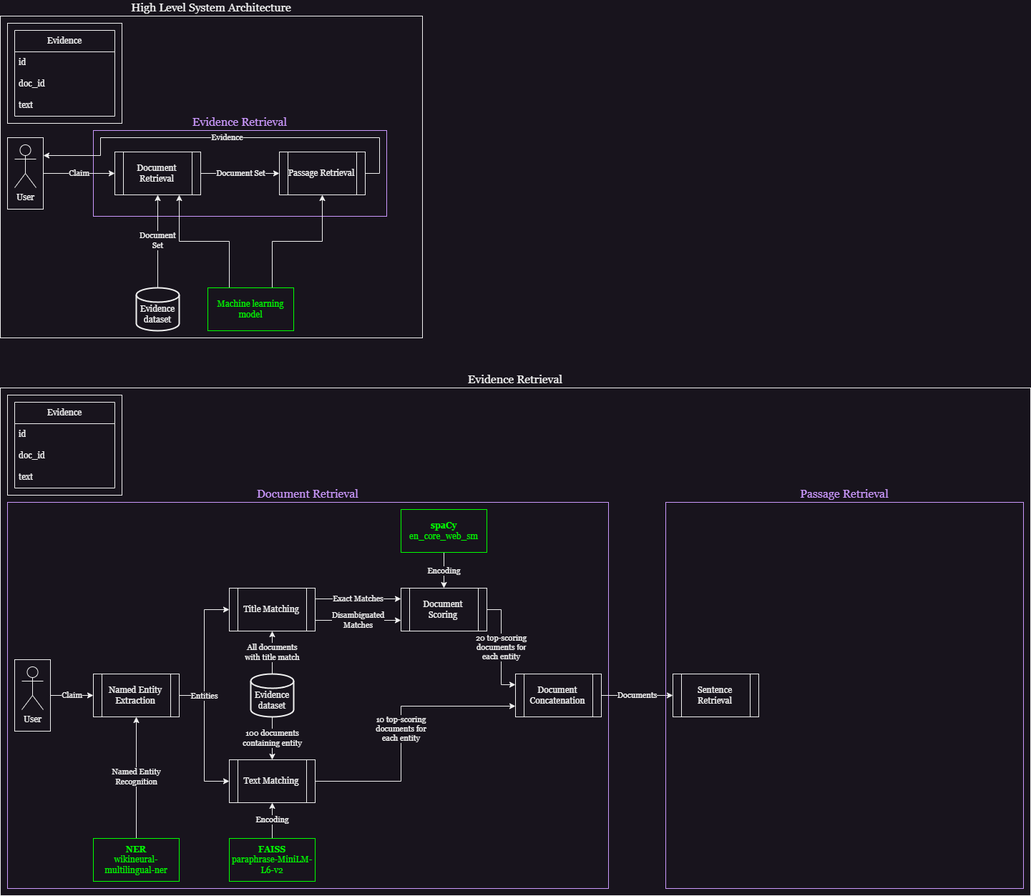
The draw.io diagram doc/architecture_diagram.png in theobaur13/ESOTERIC, before a commit. Source tidied: cells renumbered, new cells last; positions are measured from the earlier drawing's top-left corner, leaving out a move shared by most shapes.
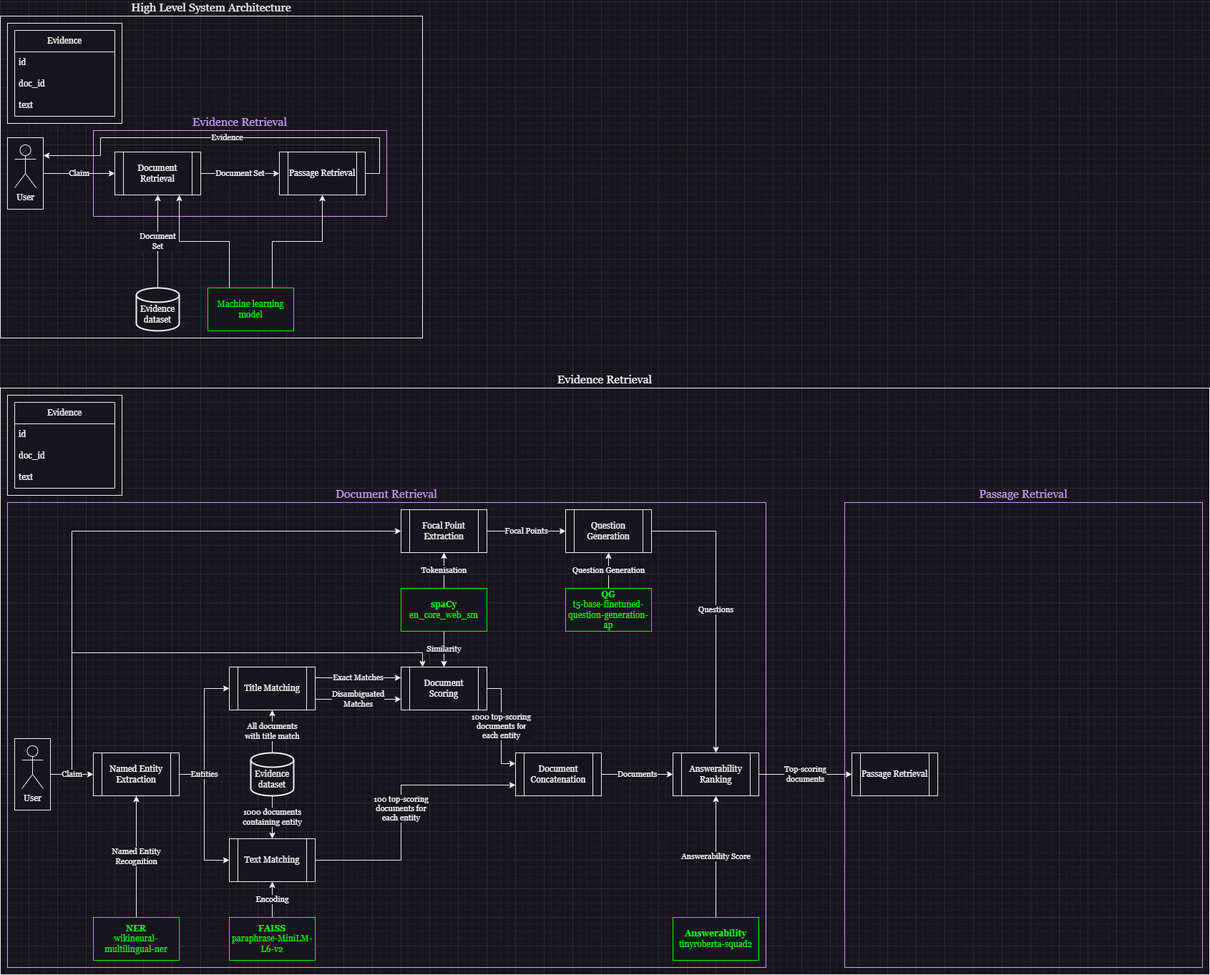
After the commit.

The edit, as a diff of the source:
```diff
@@ -9,10 +9,10 @@
       <mxGeometry x="130" y="160" width="410" height="120" as="geometry" />
     </mxCell>
     <mxCell id="4" value="&lt;font style=&quot;font-size: 16px;&quot; face=&quot;Georgia&quot;&gt;Evidence&amp;nbsp;Retrieval&lt;/font&gt;" style="rounded=0;whiteSpace=wrap;html=1;fillColor=none;labelPosition=center;verticalLabelPosition=top;align=center;verticalAlign=bottom;" parent="1" vertex="1">
-      <mxGeometry y="520" width="1440" height="710" as="geometry" />
+      <mxGeometry y="520" width="1690" height="820" as="geometry" />
     </mxCell>
     <mxCell id="5" value="&lt;font style=&quot;font-size: 16px;&quot; face=&quot;Georgia&quot;&gt;Document Retrieval&lt;/font&gt;" style="rounded=0;whiteSpace=wrap;html=1;fillColor=none;labelPosition=center;verticalLabelPosition=top;align=center;verticalAlign=bottom;strokeColor=#CC99FF;fontColor=#CC99FF;" parent="1" vertex="1">
-      <mxGeometry x="10" y="680" width="840" height="540" as="geometry" />
+      <mxGeometry x="10" y="680" width="1060" height="650" as="geometry" />
     </mxCell>
     <mxCell id="6" style="rounded=0;whiteSpace=wrap;html=1;fillColor=default;" parent="1" vertex="1">
       <mxGeometry x="10" y="10" width="160" height="140" as="geometry" />
@@ -91,7 +91,7 @@
       <mxGeometry y="90" width="140" height="30" as="geometry" />
     </mxCell>
     <mxCell id="29" style="group;" parent="1" vertex="1">
-      <mxGeometry x="20" y="900" width="50" height="100" as="geometry" />
+      <mxGeometry x="20" y="1010" width="50" height="100" as="geometry" />
     </mxCell>
     <mxCell id="30" style="rounded=0;whiteSpace=wrap;html=1;" parent="29" vertex="1">
       <mxGeometry width="50" height="100" as="geometry" />
@@ -106,17 +106,14 @@
       <mxGeometry x="-0.63" relative="1" as="geometry" />
     </mxCell>
     <mxCell id="34" value="&lt;font face=&quot;Georgia&quot;&gt;Named Entity Extraction&lt;/font&gt;" style="shape=process;whiteSpace=wrap;html=1;backgroundOutline=1;" parent="1" vertex="1">
-      <mxGeometry x="130" y="920" width="120" height="60" as="geometry" />
+      <mxGeometry x="130" y="1030" width="120" height="60" as="geometry" />
     </mxCell>
     <mxCell id="35" value="&lt;font face=&quot;Georgia&quot;&gt;Named Entity&lt;br&gt;Recognition&lt;/font&gt;" style="edgeStyle=orthogonalEdgeStyle;rounded=0;jettySize=auto;html=1;exitX=0.5;exitY=0;exitDx=0;exitDy=0;entryX=0.5;entryY=1;entryDx=0;entryDy=0;" parent="1" edge="1" source="36" target="34">
       <mxGeometry relative="1" as="geometry" />
     </mxCell>
     <mxCell id="36" value="&lt;font face=&quot;Georgia&quot;&gt;&lt;b&gt;NER&lt;/b&gt;&lt;br&gt;wikineural-multilingual-ner&lt;br&gt;&lt;/font&gt;" style="rounded=0;whiteSpace=wrap;html=1;strokeColor=#00FF00;fontColor=#00FF00;" parent="1" vertex="1">
-      <mxGeometry x="130" y="1150" width="120" height="60" as="geometry" />
+      <mxGeometry x="130" y="1260" width="120" height="60" as="geometry" />
     </mxCell>
-    <mxCell id="37" value="&lt;font face=&quot;Georgia&quot;&gt;Claim&lt;/font&gt;" style="edgeStyle=orthogonalEdgeStyle;rounded=0;jettySize=auto;html=1;exitX=1;exitY=0.5;exitDx=0;exitDy=0;entryX=0;entryY=0.5;entryDx=0;entryDy=0;" parent="1" edge="1" source="30" target="34">
-      <mxGeometry relative="1" as="geometry" />
-    </mxCell>
     <mxCell id="38" value="&lt;font face=&quot;Georgia&quot;&gt;Exact Matches&lt;/font&gt;" style="edgeStyle=orthogonalEdgeStyle;rounded=0;jettySize=auto;html=1;exitX=1;exitY=0.25;exitDx=0;exitDy=0;entryX=0;entryY=0.25;entryDx=0;entryDy=0;" parent="1" edge="1" source="40" target="49">
       <mxGeometry relative="1" as="geometry" />
     </mxCell>
@@ -124,57 +121,110 @@
       <mxGeometry relative="1" as="geometry" />
     </mxCell>
     <mxCell id="40" value="&lt;font face=&quot;Georgia&quot;&gt;Title Matching&lt;/font&gt;" style="shape=process;whiteSpace=wrap;html=1;backgroundOutline=1;" parent="1" vertex="1">
-      <mxGeometry x="320" y="800" width="120" height="60" as="geometry" />
+      <mxGeometry x="320" y="910" width="120" height="60" as="geometry" />
     </mxCell>
-    <mxCell id="41" value="&lt;font face=&quot;Georgia&quot;&gt;10 top-scoring&lt;br&gt;documents for&lt;br&gt;each entity&lt;br&gt;&lt;/font&gt;" style="edgeStyle=orthogonalEdgeStyle;rounded=0;jettySize=auto;html=1;exitX=1;exitY=0.5;exitDx=0;exitDy=0;entryX=0;entryY=0.75;entryDx=0;entryDy=0;" parent="1" edge="1" source="42" target="51">
+    <mxCell id="41" value="&lt;font face=&quot;Georgia&quot;&gt;100 top-scoring&lt;br&gt;documents for&lt;br&gt;each entity&lt;br&gt;&lt;/font&gt;" style="edgeStyle=orthogonalEdgeStyle;rounded=0;jettySize=auto;html=1;exitX=1;exitY=0.5;exitDx=0;exitDy=0;entryX=0;entryY=0.75;entryDx=0;entryDy=0;" parent="1" edge="1" source="42" target="51">
       <mxGeometry relative="1" as="geometry">
         <Array as="points">
-          <mxPoint x="560" y="1070" />
-          <mxPoint x="560" y="965" />
+          <mxPoint x="560" y="1180" />
+          <mxPoint x="560" y="1075" />
         </Array>
       </mxGeometry>
     </mxCell>
     <mxCell id="42" value="&lt;font face=&quot;Georgia&quot;&gt;Text Matching&lt;/font&gt;" style="shape=process;whiteSpace=wrap;html=1;backgroundOutline=1;" parent="1" vertex="1">
-      <mxGeometry x="320" y="1040" width="120" height="60" as="geometry" />
+      <mxGeometry x="320" y="1150" width="120" height="60" as="geometry" />
     </mxCell>
     <mxCell id="43" value="All documents&lt;br&gt;with title match" style="edgeStyle=orthogonalEdgeStyle;rounded=0;jettySize=auto;html=1;exitX=0.5;exitY=0;exitDx=0;exitDy=0;exitPerimeter=0;entryX=0.5;entryY=1;entryDx=0;entryDy=0;fontFamily=Georgia;" parent="1" edge="1" source="45" target="40">
       <mxGeometry relative="1" as="geometry" />
     </mxCell>
-    <mxCell id="44" value="&lt;font face=&quot;Georgia&quot;&gt;100 documents&lt;br&gt;containing entity&lt;br&gt;&lt;/font&gt;" style="edgeStyle=orthogonalEdgeStyle;rounded=0;jettySize=auto;html=1;exitX=0.5;exitY=1;exitDx=0;exitDy=0;exitPerimeter=0;entryX=0.5;entryY=0;entryDx=0;entryDy=0;" parent="1" edge="1" source="45" target="42">
+    <mxCell id="44" value="&lt;font face=&quot;Georgia&quot;&gt;1000 documents&lt;br&gt;containing entity&lt;br&gt;&lt;/font&gt;" style="edgeStyle=orthogonalEdgeStyle;rounded=0;jettySize=auto;html=1;exitX=0.5;exitY=1;exitDx=0;exitDy=0;exitPerimeter=0;entryX=0.5;entryY=0;entryDx=0;entryDy=0;" parent="1" edge="1" source="45" target="42">
       <mxGeometry relative="1" as="geometry" />
     </mxCell>
     <mxCell id="45" value="&lt;font face=&quot;Georgia&quot;&gt;&lt;br&gt;Evidence dataset&lt;/font&gt;" style="strokeWidth=2;html=1;shape=mxgraph.flowchart.database;whiteSpace=wrap;verticalAlign=middle;" parent="1" vertex="1">
-      <mxGeometry x="350" y="920" width="60" height="60" as="geometry" />
+      <mxGeometry x="350" y="1030" width="60" height="60" as="geometry" />
     </mxCell>
     <mxCell id="46" value="Encoding" style="edgeStyle=orthogonalEdgeStyle;rounded=0;jettySize=auto;html=1;exitX=0.5;exitY=0;exitDx=0;exitDy=0;entryX=0.5;entryY=1;entryDx=0;entryDy=0;fontFamily=Georgia;" parent="1" edge="1" source="47" target="42">
       <mxGeometry relative="1" as="geometry" />
     </mxCell>
     <mxCell id="47" value="&lt;font face=&quot;Georgia&quot;&gt;&lt;b&gt;FAISS&lt;br&gt;&lt;/b&gt;paraphrase-MiniLM-L6-v2&lt;/font&gt;" style="rounded=0;whiteSpace=wrap;html=1;fontColor=#00FF00;strokeColor=#00FF00;" parent="1" vertex="1">
-      <mxGeometry x="320" y="1150" width="120" height="60" as="geometry" />
+      <mxGeometry x="320" y="1260" width="120" height="60" as="geometry" />
     </mxCell>
-    <mxCell id="48" value="&lt;font face=&quot;Georgia&quot;&gt;20 top-scoring&lt;br&gt;documents&amp;nbsp;&lt;/font&gt;for&lt;br style=&quot;font-family: Georgia;&quot;&gt;&lt;span style=&quot;font-family: Georgia;&quot;&gt;each entity&lt;/span&gt;" style="edgeStyle=orthogonalEdgeStyle;rounded=0;jettySize=auto;html=1;exitX=1;exitY=0.5;exitDx=0;exitDy=0;entryX=0;entryY=0.25;entryDx=0;entryDy=0;" parent="1" edge="1" source="49" target="51">
+    <mxCell id="48" value="&lt;font face=&quot;Georgia&quot;&gt;1000 top-scoring&lt;br&gt;documents&amp;nbsp;&lt;/font&gt;for&lt;br style=&quot;font-family: Georgia;&quot;&gt;&lt;span style=&quot;font-family: Georgia;&quot;&gt;each entity&lt;/span&gt;" style="edgeStyle=orthogonalEdgeStyle;rounded=0;jettySize=auto;html=1;exitX=1;exitY=0.5;exitDx=0;exitDy=0;entryX=0;entryY=0.25;entryDx=0;entryDy=0;" parent="1" edge="1" source="49" target="51">
       <mxGeometry relative="1" as="geometry" />
     </mxCell>
     <mxCell id="49" value="&lt;font face=&quot;Georgia&quot;&gt;Document Scoring&lt;/font&gt;" style="shape=process;whiteSpace=wrap;html=1;backgroundOutline=1;" parent="1" vertex="1">
-      <mxGeometry x="560" y="800" width="120" height="60" as="geometry" />
+      <mxGeometry x="560" y="910" width="120" height="60" as="geometry" />
     </mxCell>
     <mxCell id="50" value="&lt;font face=&quot;Georgia&quot;&gt;Documents&lt;/font&gt;" style="edgeStyle=orthogonalEdgeStyle;rounded=0;jettySize=auto;html=1;exitX=1;exitY=0.5;exitDx=0;exitDy=0;entryX=0;entryY=0.5;entryDx=0;entryDy=0;" parent="1" edge="1" source="51" target="55">
       <mxGeometry relative="1" as="geometry" />
     </mxCell>
     <mxCell id="51" value="&lt;font face=&quot;Georgia&quot;&gt;Document Concatenation&lt;/font&gt;" style="shape=process;whiteSpace=wrap;html=1;backgroundOutline=1;" parent="1" vertex="1">
-      <mxGeometry x="720" y="920" width="120" height="60" as="geometry" />
+      <mxGeometry x="720" y="1030" width="120" height="60" as="geometry" />
     </mxCell>
-    <mxCell id="52" value="&lt;font face=&quot;Georgia&quot;&gt;Encoding&lt;/font&gt;" style="edgeStyle=orthogonalEdgeStyle;rounded=0;jettySize=auto;html=1;exitX=0.5;exitY=1;exitDx=0;exitDy=0;entryX=0.5;entryY=0;entryDx=0;entryDy=0;" parent="1" edge="1" source="53" target="49">
-      <mxGeometry relative="1" as="geometry" />
+    <mxCell id="52" value="&lt;font face=&quot;Georgia&quot;&gt;Similarity&lt;/font&gt;" style="edgeStyle=orthogonalEdgeStyle;rounded=0;jettySize=auto;html=1;exitX=0.5;exitY=1;exitDx=0;exitDy=0;entryX=0.5;entryY=0;entryDx=0;entryDy=0;" parent="1" edge="1" source="53" target="49">
+      <mxGeometry x="-0.01" relative="1" as="geometry" />
     </mxCell>
+    <mxCell id="56" value="&lt;font face=&quot;Georgia&quot;&gt;Tokenisation&lt;/font&gt;" style="edgeStyle=orthogonalEdgeStyle;rounded=0;jettySize=auto;html=1;exitX=0.5;exitY=0;exitDx=0;exitDy=0;entryX=0.5;entryY=1;entryDx=0;entryDy=0;" parent="1" edge="1" source="53" target="61">
+      <mxGeometry relative="1" as="geometry" />
+    </mxCell>
     <mxCell id="53" value="&lt;font face=&quot;Georgia&quot;&gt;&lt;b&gt;spaCy&lt;/b&gt;&lt;br&gt;en_core_web_sm&lt;/font&gt;" style="rounded=0;whiteSpace=wrap;html=1;strokeColor=#00FF00;fontColor=#00FF00;" parent="1" vertex="1">
-      <mxGeometry x="560" y="690" width="120" height="60" as="geometry" />
+      <mxGeometry x="560" y="800" width="120" height="60" as="geometry" />
     </mxCell>
     <mxCell id="54" value="&lt;font style=&quot;font-size: 16px;&quot; face=&quot;Georgia&quot;&gt;Passage Retrieval&lt;/font&gt;" style="rounded=0;whiteSpace=wrap;html=1;fillColor=none;labelPosition=center;verticalLabelPosition=top;align=center;verticalAlign=bottom;strokeColor=#CC99FF;fontColor=#CC99FF;" parent="1" vertex="1">
-      <mxGeometry x="930" y="680" width="500" height="540" as="geometry" />
+      <mxGeometry x="1180" y="680" width="500" height="650" as="geometry" />
     </mxCell>
+    <mxCell id="57" value="Top-scoring&lt;br&gt;documents" style="edgeStyle=orthogonalEdgeStyle;rounded=0;jettySize=auto;html=1;exitX=1;exitY=0.5;exitDx=0;exitDy=0;entryX=0;entryY=0.5;entryDx=0;entryDy=0;fontFamily=Georgia;" parent="1" edge="1" source="55" target="68">
+      <mxGeometry relative="1" as="geometry" />
+    </mxCell>
-    <mxCell id="55" value="&lt;font face=&quot;Georgia&quot;&gt;Sentence Retrieval&lt;/font&gt;" style="shape=process;whiteSpace=wrap;html=1;backgroundOutline=1;" parent="1" vertex="1">
-      <mxGeometry x="940" y="920" width="120" height="60" as="geometry" />
+    <mxCell id="55" value="&lt;font face=&quot;Georgia&quot;&gt;Answerability Ranking&lt;br&gt;&lt;/font&gt;" style="shape=process;whiteSpace=wrap;html=1;backgroundOutline=1;" parent="1" vertex="1">
+      <mxGeometry x="940" y="1030" width="120" height="60" as="geometry" />
     </mxCell>
+    <mxCell id="58" value="&lt;font face=&quot;Georgia&quot;&gt;Question Generation&lt;/font&gt;" style="edgeStyle=orthogonalEdgeStyle;rounded=0;jettySize=auto;html=1;exitX=0.5;exitY=0;exitDx=0;exitDy=0;entryX=0.5;entryY=1;entryDx=0;entryDy=0;" parent="1" edge="1" source="59" target="63">
+      <mxGeometry relative="1" as="geometry" />
+    </mxCell>
+    <mxCell id="59" value="&lt;font face=&quot;Georgia&quot;&gt;&lt;b&gt;QG&lt;br&gt;&lt;/b&gt;t5-base-finetuned-question-generation-ap&lt;br&gt;&lt;/font&gt;" style="rounded=0;whiteSpace=wrap;html=1;fontColor=#00FF00;strokeColor=#00FF00;" parent="1" vertex="1">
+      <mxGeometry x="790" y="800" width="120" height="60" as="geometry" />
+    </mxCell>
+    <mxCell id="60" value="&lt;font face=&quot;Georgia&quot;&gt;Focal Points&lt;/font&gt;" style="edgeStyle=orthogonalEdgeStyle;rounded=0;jettySize=auto;html=1;exitX=1;exitY=0.5;exitDx=0;exitDy=0;entryX=0;entryY=0.5;entryDx=0;entryDy=0;" parent="1" edge="1" source="61" target="63">
+      <mxGeometry relative="1" as="geometry" />
+    </mxCell>
+    <mxCell id="61" value="&lt;font face=&quot;Georgia&quot;&gt;Focal Point Extraction&lt;/font&gt;" style="shape=process;whiteSpace=wrap;html=1;backgroundOutline=1;" parent="1" vertex="1">
+      <mxGeometry x="560" y="690" width="120" height="60" as="geometry" />
+    </mxCell>
+    <mxCell id="62" value="&lt;font face=&quot;Georgia&quot;&gt;Questions&lt;/font&gt;" style="edgeStyle=orthogonalEdgeStyle;rounded=0;jettySize=auto;html=1;exitX=1;exitY=0.5;exitDx=0;exitDy=0;entryX=0.5;entryY=0;entryDx=0;entryDy=0;" parent="1" edge="1" source="63" target="55">
+      <mxGeometry relative="1" as="geometry" />
+    </mxCell>
+    <mxCell id="63" value="&lt;font face=&quot;Georgia&quot;&gt;Question Generation&lt;/font&gt;" style="shape=process;whiteSpace=wrap;html=1;backgroundOutline=1;" parent="1" vertex="1">
+      <mxGeometry x="790" y="690" width="120" height="60" as="geometry" />
+    </mxCell>
+    <mxCell id="64" style="edgeStyle=orthogonalEdgeStyle;rounded=0;jettySize=auto;html=1;exitX=1;exitY=0.5;exitDx=0;exitDy=0;entryX=0;entryY=0.5;entryDx=0;entryDy=0;" parent="1" edge="1" source="30" target="61">
+      <mxGeometry relative="1" as="geometry">
+        <Array as="points">
+          <mxPoint x="100" y="1060" />
+          <mxPoint x="100" y="720" />
+        </Array>
+      </mxGeometry>
+    </mxCell>
+    <mxCell id="65" value="&lt;font face=&quot;Georgia&quot;&gt;Answerability Score&lt;/font&gt;" style="edgeStyle=orthogonalEdgeStyle;rounded=0;jettySize=auto;html=1;exitX=0.5;exitY=0;exitDx=0;exitDy=0;entryX=0.5;entryY=1;entryDx=0;entryDy=0;" parent="1" edge="1" source="66" target="55">
+      <mxGeometry relative="1" as="geometry" />
+    </mxCell>
+    <mxCell id="66" value="&lt;font face=&quot;Georgia&quot;&gt;&lt;b&gt;Answerability&lt;br&gt;&lt;/b&gt;tinyroberta-squad2&lt;br&gt;&lt;/font&gt;" style="rounded=0;whiteSpace=wrap;html=1;fontColor=#00FF00;strokeColor=#00FF00;" parent="1" vertex="1">
+      <mxGeometry x="940" y="1260" width="120" height="60" as="geometry" />
+    </mxCell>
+    <mxCell id="67" style="edgeStyle=orthogonalEdgeStyle;rounded=0;jettySize=auto;html=1;exitX=1;exitY=0.5;exitDx=0;exitDy=0;entryX=0.25;entryY=0;entryDx=0;entryDy=0;" parent="1" edge="1" source="30" target="49">
+      <mxGeometry relative="1" as="geometry">
+        <Array as="points">
+          <mxPoint x="100" y="1060" />
+          <mxPoint x="100" y="890" />
+          <mxPoint x="590" y="890" />
+        </Array>
+      </mxGeometry>
+    </mxCell>
+    <mxCell id="37" value="&lt;font face=&quot;Georgia&quot;&gt;Claim&lt;/font&gt;" style="edgeStyle=orthogonalEdgeStyle;rounded=0;jettySize=auto;html=1;exitX=1;exitY=0.5;exitDx=0;exitDy=0;entryX=0;entryY=0.5;entryDx=0;entryDy=0;" parent="1" edge="1" source="30" target="34">
+      <mxGeometry relative="1" as="geometry" />
+    </mxCell>
+    <mxCell id="68" value="&lt;font face=&quot;Georgia&quot;&gt;Passage Retrieval&lt;br&gt;&lt;/font&gt;" style="shape=process;whiteSpace=wrap;html=1;backgroundOutline=1;" parent="1" vertex="1">
+      <mxGeometry x="1190" y="1030" width="120" height="60" as="geometry" />
+    </mxCell>
   </root>
 </mxGraphModel>
```
